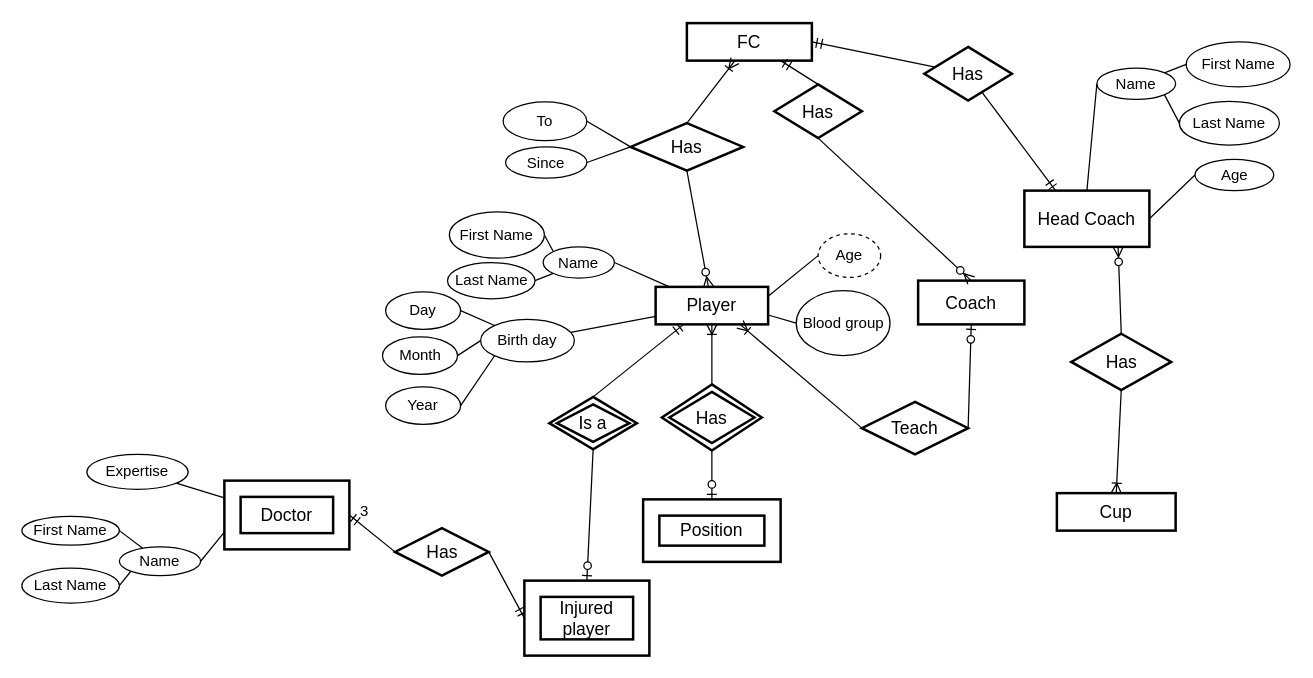
Before: ER-Assignment.drawio in ali4heydari/AP_19, a draw.io diagram. Source tidied: cells renumbered, new cells numbered last; positions are measured from the earlier drawing's top-left corner, leaving out a move shared by most shapes. Both pictures are drawn from the tidied source at 125%, with x=0, y=0 at pixel (21, 22).
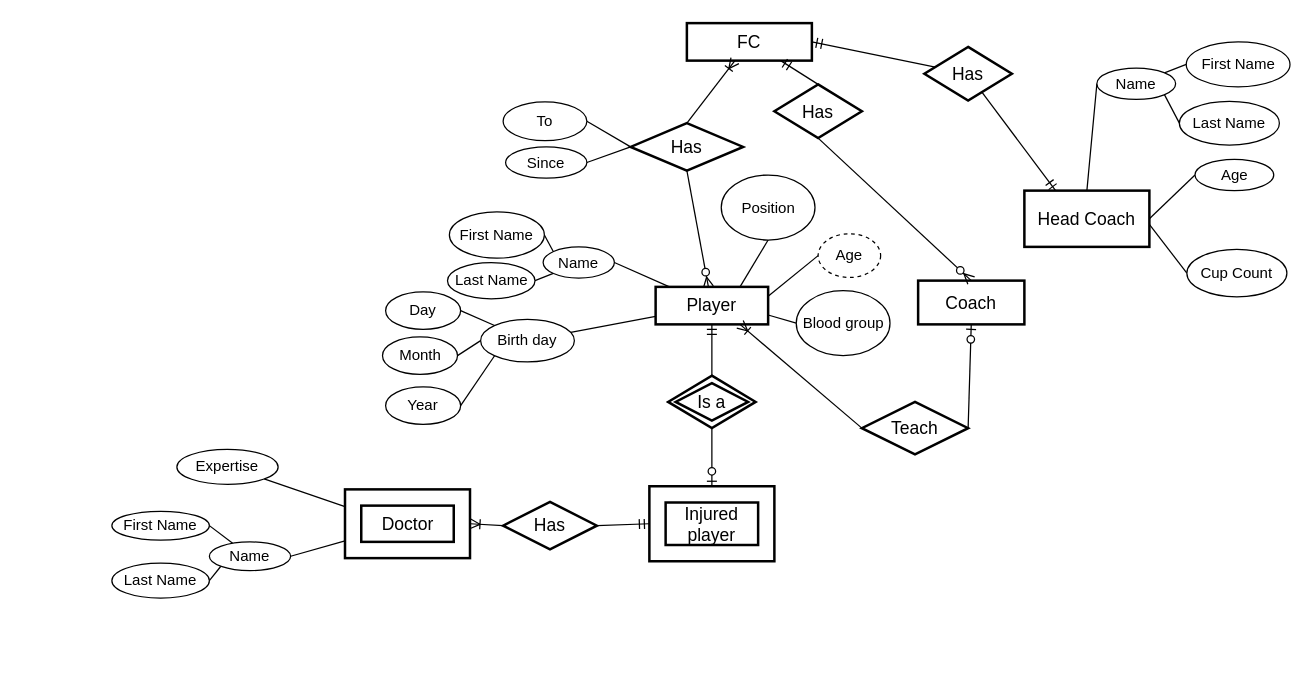
The same page after the edit.

Unchanged cells that the change refers to:
```xml
<mxCell id="7" value="Player&lt;br&gt;" style="strokeWidth=2;whiteSpace=wrap;html=1;align=center;fontSize=14;" parent="1" vertex="1">
  <mxGeometry x="507" y="211" width="90" height="30" as="geometry" />
</mxCell>
<mxCell id="28" value="Head Coach" style="strokeWidth=2;whiteSpace=wrap;html=1;align=center;fontSize=14;" parent="1" vertex="1">
  <mxGeometry x="802" y="134" width="100" height="45" as="geometry" />
</mxCell>
```

Change to the diagram source:
```diff
@@
-    <mxCell id="13" style="edgeStyle=orthogonalEdgeStyle;rounded=0;jettySize=auto;html=1;entryX=0.5;entryY=1;entryDx=0;entryDy=0;exitX=0.5;exitY=0;exitDx=0;exitDy=0;endArrow=ERoneToMany;endFill=0;" parent="1" edge="1" source="49" target="7">
-      <mxGeometry relative="1" as="geometry" />
-    </mxCell>
-    <mxCell id="14" style="rounded=0;jettySize=auto;html=1;entryX=0.5;entryY=0;entryDx=0;entryDy=0;exitX=0.5;exitY=1;exitDx=0;exitDy=0;endArrow=ERzeroToOne;endFill=1;" parent="1" edge="1" source="49" target="69">
-      <mxGeometry relative="1" as="geometry" />
-    </mxCell>
@@
-    <mxCell id="35" style="rounded=0;jettySize=auto;html=1;exitX=0.5;exitY=0;exitDx=0;exitDy=0;entryX=0.75;entryY=1;entryDx=0;entryDy=0;endArrow=ERzeroToMany;endFill=1;" parent="1" edge="1" source="37" target="28">
-      <mxGeometry relative="1" as="geometry" />
-    </mxCell>
-    <mxCell id="36" style="rounded=0;jettySize=auto;html=1;exitX=0.5;exitY=1;exitDx=0;exitDy=0;entryX=0.5;entryY=0;entryDx=0;entryDy=0;endArrow=ERoneToMany;endFill=0;" parent="1" edge="1" source="37" target="38">
-      <mxGeometry relative="1" as="geometry" />
-    </mxCell>
-    <mxCell id="37" value="Has" style="shape=rhombus;strokeWidth=2;fontSize=17;perimeter=rhombusPerimeter;whiteSpace=wrap;html=1;align=center;fontSize=14;" parent="1" vertex="1">
-      <mxGeometry x="839.5" y="248.5" width="80" height="45" as="geometry" />
-    </mxCell>
-    <mxCell id="38" value="Cup" style="strokeWidth=2;whiteSpace=wrap;html=1;align=center;fontSize=14;" parent="1" vertex="1">
-      <mxGeometry x="828" y="376" width="95" height="30" as="geometry" />
-    </mxCell>
@@
     <mxCell id="43" value="First Name&lt;br&gt;" style="ellipse;whiteSpace=wrap;html=1;" parent="1" vertex="1">
-      <mxGeometry y="394.5" width="78" height="23" as="geometry" />
+      <mxGeometry x="72" y="390.5" width="78" height="23" as="geometry" />
     </mxCell>
     <mxCell id="44" value="Last Name" style="ellipse;whiteSpace=wrap;html=1;" parent="1" vertex="1">
-      <mxGeometry y="436" width="78" height="28" as="geometry" />
+      <mxGeometry x="72" y="432" width="78" height="28" as="geometry" />
     </mxCell>
-    <mxCell id="45" style="rounded=0;jettySize=auto;html=1;entryX=1;entryY=0.5;entryDx=0;entryDy=0;endArrow=ERmandOne;endFill=0;exitX=0;exitY=0.5;exitDx=0;exitDy=0;" parent="1" edge="1" source="47" target="68">
+    <mxCell id="45" style="rounded=0;jettySize=auto;html=1;entryX=1;entryY=0.5;entryDx=0;entryDy=0;endArrow=ERoneToMany;endFill=0;exitX=0;exitY=0.5;exitDx=0;exitDy=0;" parent="1" edge="1" source="47" target="68">
       <mxGeometry relative="1" as="geometry" />
     </mxCell>
@@
     <mxCell id="47" value="Has" style="shape=rhombus;strokeWidth=2;fontSize=17;perimeter=rhombusPerimeter;whiteSpace=wrap;html=1;align=center;fontSize=14;" parent="1" vertex="1">
-      <mxGeometry x="298.5" y="404" width="75" height="38" as="geometry" />
+      <mxGeometry x="385" y="383" width="75" height="38" as="geometry" />
     </mxCell>
     <mxCell id="48" value="Expertise" style="ellipse;whiteSpace=wrap;html=1;" parent="1" vertex="1">
-      <mxGeometry x="52" y="345" width="81" height="28" as="geometry" />
+      <mxGeometry x="124" y="341" width="81" height="28" as="geometry" />
     </mxCell>
-    <mxCell id="49" value="Has" style="shape=rhombus;double=1;strokeWidth=2;fontSize=17;perimeter=rhombusPerimeter;whiteSpace=wrap;html=1;align=center;fontSize=14;" parent="1" vertex="1">
-      <mxGeometry x="512" y="289" width="80" height="53" as="geometry" />
-    </mxCell>
@@
     <mxCell id="53" value="Name" style="ellipse;whiteSpace=wrap;html=1;" parent="1" vertex="1">
-      <mxGeometry x="78" y="419" width="65" height="23" as="geometry" />
+      <mxGeometry x="150" y="415" width="65" height="23" as="geometry" />
     </mxCell>
@@
     <mxCell id="64" value="Injured player&lt;br&gt;" style="shape=ext;strokeWidth=2;margin=10;double=1;whiteSpace=wrap;html=1;align=center;fontSize=14;" parent="1" vertex="1">
-      <mxGeometry x="402" y="446" width="100" height="60" as="geometry" />
+      <mxGeometry x="502" y="370.5" width="100" height="60" as="geometry" />
     </mxCell>
@@
-    <mxCell id="66" style="edgeStyle=none;rounded=0;jettySize=auto;html=1;exitX=0.5;exitY=0;exitDx=0;exitDy=0;entryX=0.25;entryY=1;entryDx=0;entryDy=0;endArrow=ERmandOne;endFill=0;strokeColor=#000000;" parent="1" edge="1" source="67" target="7">
+    <mxCell id="66" style="edgeStyle=none;rounded=0;jettySize=auto;html=1;exitX=0.5;exitY=0;exitDx=0;exitDy=0;endArrow=ERmandOne;endFill=0;strokeColor=#000000;entryX=0.5;entryY=1;entryDx=0;entryDy=0;" parent="1" edge="1" source="67" target="7">
       <mxGeometry relative="1" as="geometry" />
     </mxCell>
     <mxCell id="67" value="Is a" style="shape=rhombus;double=1;strokeWidth=2;fontSize=17;perimeter=rhombusPerimeter;whiteSpace=wrap;html=1;align=center;fontSize=14;" parent="1" vertex="1">
-      <mxGeometry x="422" y="299" width="70" height="42" as="geometry" />
+      <mxGeometry x="517" y="282" width="70" height="42" as="geometry" />
     </mxCell>
     <mxCell id="68" value="Doctor&lt;br&gt;" style="shape=ext;strokeWidth=2;margin=10;double=1;whiteSpace=wrap;html=1;align=center;fontSize=14;" parent="1" vertex="1">
-      <mxGeometry x="162" y="366" width="100" height="55" as="geometry" />
+      <mxGeometry x="258.5" y="373" width="100" height="55" as="geometry" />
     </mxCell>
-    <mxCell id="69" value="Position" style="shape=ext;strokeWidth=2;margin=10;double=1;whiteSpace=wrap;html=1;align=center;fontSize=14;" parent="1" vertex="1">
-      <mxGeometry x="497" y="381" width="110" height="50" as="geometry" />
-    </mxCell>
-    <mxCell id="70" value="3" style="text;html=1;align=left;verticalAlign=top;spacingTop=-4;" parent="1" vertex="1">
-      <mxGeometry x="268.5" y="381" width="20" height="20" as="geometry" />
-    </mxCell>
@@
+    <mxCell id="73" style="rounded=0;jettySize=auto;html=1;exitX=0.5;exitY=1;exitDx=0;exitDy=0;entryX=0.75;entryY=0;entryDx=0;entryDy=0;endArrow=none;endFill=0;" parent="1" edge="1" source="69" target="7">
+      <mxGeometry relative="1" as="geometry" />
+    </mxCell>
+    <mxCell id="69" value="Position" style="ellipse;whiteSpace=wrap;html=1;" parent="1" vertex="1">
+      <mxGeometry x="559.5" y="121.5" width="75" height="52" as="geometry" />
+    </mxCell>
+    <mxCell id="74" style="edgeStyle=none;rounded=0;jettySize=auto;html=1;exitX=0;exitY=0.5;exitDx=0;exitDy=0;endArrow=none;endFill=0;" parent="1" edge="1" source="75">
+      <mxGeometry relative="1" as="geometry">
+        <mxPoint x="902" y="161" as="targetPoint" />
+      </mxGeometry>
+    </mxCell>
+    <mxCell id="75" value="Cup Count" style="ellipse;whiteSpace=wrap;html=1;" parent="1" vertex="1">
+      <mxGeometry x="932" y="181" width="80" height="38" as="geometry" />
+    </mxCell>
```
